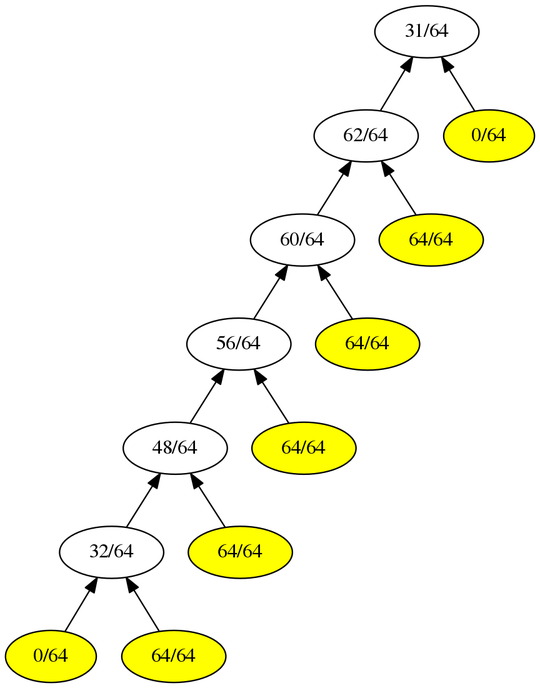
Before: GuiTool/image/BitScanning/BitScanningDot.png, a diagram exported from Graphviz (iitramar/guiTool). Its source is kept beside it as GuiTool/image/BitScanning/BitScanningDot.dot.
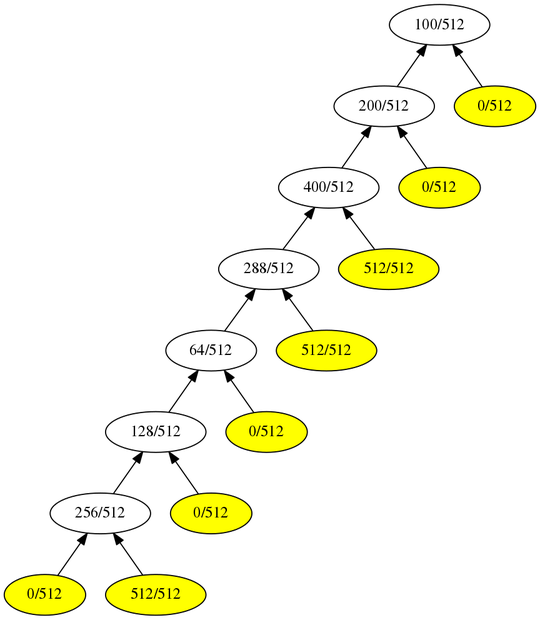
The same diagram one commit later.

The edit, as a diff of the source:
```diff
@@ -1,31 +1,36 @@
 digraph G {
 rankdir = BT;
-1[label= " 31/64 " ];
-2[label= " 62/64 " ];
+1[label= " 100/512 " ];
+2[label= " 200/512 " ];
 2->1
-3[label= " 0/64 " ];
+3[label= " 0/512 " ];
 3->1
-4[label= " 60/64 " ];
+4[label= " 400/512 " ];
 4->2
-5[label= " 64/64 " ];
+5[label= " 0/512 " ];
 5->2
-8[label= " 56/64 " ];
+8[label= " 288/512 " ];
 8->4
-9[label= " 64/64 " ];
+9[label= " 512/512 " ];
 9->4
-16[label= " 48/64 " ];
+16[label= " 64/512 " ];
 16->8
-17[label= " 64/64 " ];
+17[label= " 512/512 " ];
 17->8
-32[label= " 32/64 " ];
+32[label= " 128/512 " ];
 32->16
-33[label= " 64/64 " ];
+33[label= " 0/512 " ];
 33->16
-64[label= " 0/64 " ];
+64[label= " 256/512 " ];
 64->32
-65[label= " 64/64 " ];
+65[label= " 0/512 " ];
 65->32
-64[style=filled, fillcolor=yellow];
+128[label= " 0/512 " ];
+128->64
+129[label= " 512/512 " ];
+129->64
+128[style=filled, fillcolor=yellow];
+129[style=filled, fillcolor=yellow];
 65[style=filled, fillcolor=yellow];
 33[style=filled, fillcolor=yellow];
 17[style=filled, fillcolor=yellow];
```
